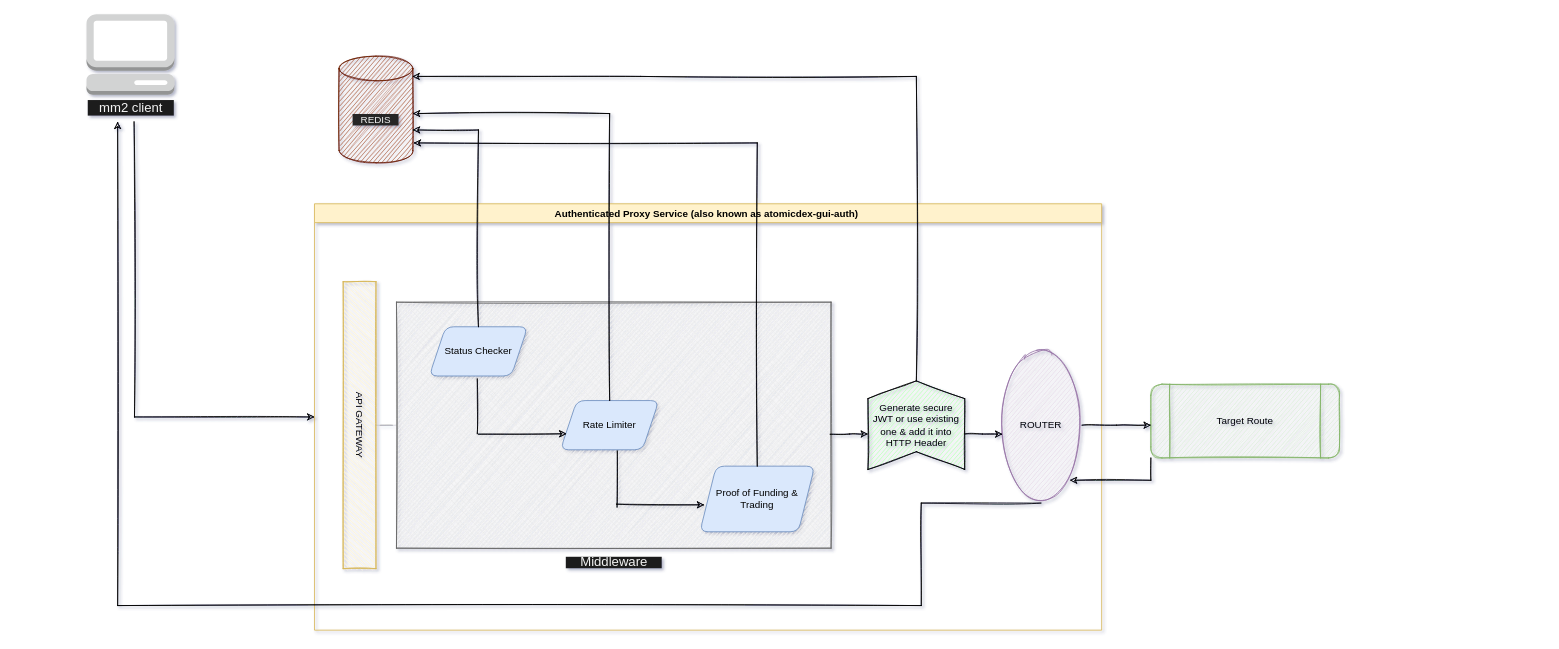
Earlier version of the draw.io diagram docs/arch.drawio (KomodoPlatform/komodo-defi-proxy). Source tidied: cells renumbered, new cells numbered last; positions are measured from the earlier drawing's top-left corner, leaving out a move shared by most shapes. Both pictures are drawn from the tidied source at 82%, with x=0, y=0 at pixel (86, 14).
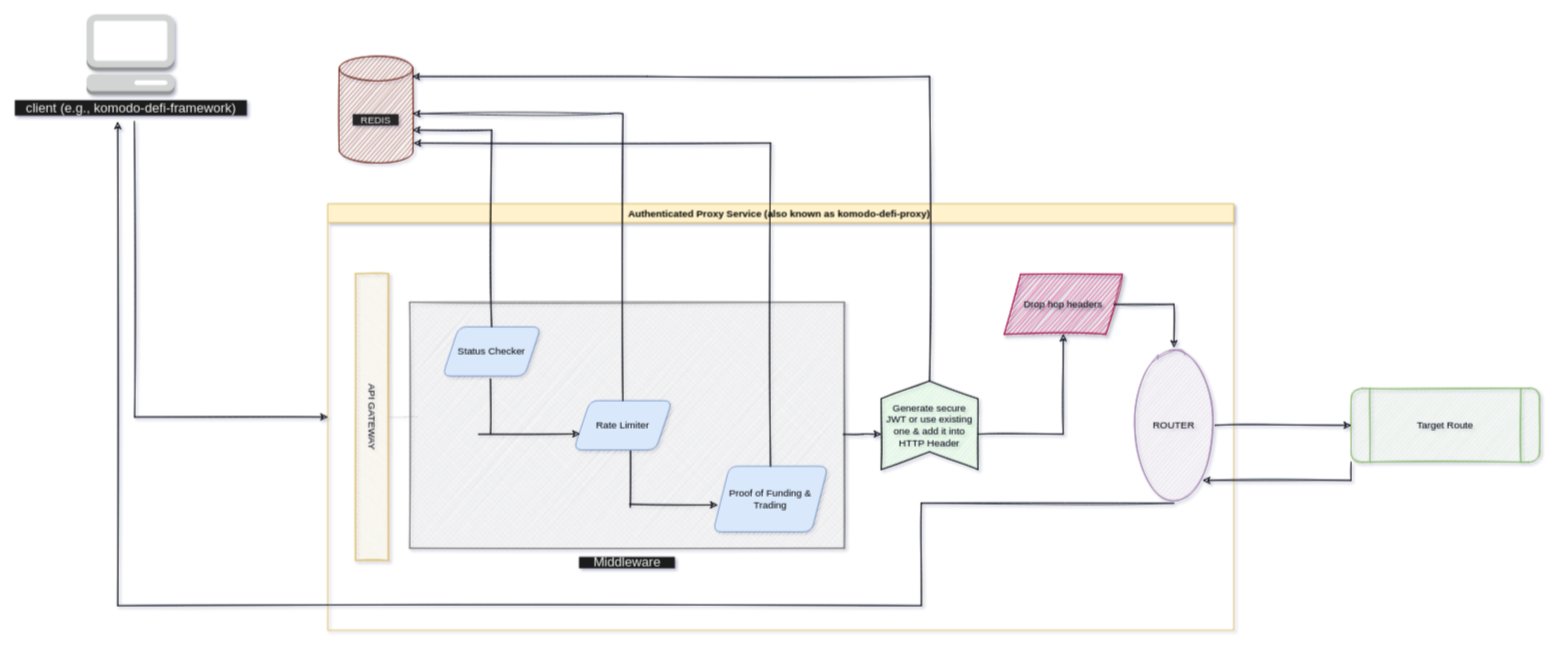
After the change.

Commit message:
update arch diagram backup

The change refers to these unchanged cells:
```xml
<mxCell id="6" value="&lt;span style=&quot;background-color: rgb(31, 31, 31);&quot;&gt;&lt;font style=&quot;font-size: 16px;&quot; color=&quot;#f2f2f2&quot;&gt;&amp;nbsp; &amp;nbsp; Middleware&amp;nbsp; &amp;nbsp;&amp;nbsp;&lt;/font&gt;&lt;/span&gt;" style="verticalLabelPosition=bottom;verticalAlign=top;html=1;shape=mxgraph.basic.patternFillRect;fillStyle=diagGrid;step=5;fillStrokeWidth=0.2;fillStrokeColor=#dddddd;rounded=1;shadow=0;glass=0;sketch=1;strokeWidth=1;fillColor=#f5f5f5;fontColor=#333333;strokeColor=#666666;" parent="3" vertex="1">
  <mxGeometry x="100" y="120" width="530" height="300" as="geometry" />
</mxCell>
<mxCell id="16" value="&lt;span style=&quot;&quot;&gt;Generate secure JWT or use existing one &amp;amp; add it into HTTP Header&lt;/span&gt;" style="html=1;outlineConnect=0;whiteSpace=wrap;fillColor=#AFFFAF;shape=mxgraph.archimate3.function;sketch=1;" parent="3" vertex="1">
  <mxGeometry x="675" y="216" width="118" height="108" as="geometry" />
</mxCell>
```

The edit, as a diff of the source:
```diff
@@
-    <mxCell id="3" value="Authenticated Proxy Service (also known as atomicdex-gui-auth) " style="swimlane;rounded=0;shadow=0;sketch=0;glass=0;swimlaneLine=1;labelBackgroundColor=none;fixDash=0;portConstraintRotation=0;fillColor=#fff2cc;strokeColor=#d6b656;gradientColor=none;swimlaneFillColor=none;" parent="1" vertex="1">
-      <mxGeometry x="278" y="231" width="960" height="520" as="geometry" />
+    <mxCell id="3" value="Authenticated Proxy Service (also known as komodo-defi-proxy) " style="swimlane;rounded=0;shadow=0;sketch=0;glass=0;swimlaneLine=1;labelBackgroundColor=none;fixDash=0;portConstraintRotation=0;fillColor=#fff2cc;strokeColor=#d6b656;gradientColor=none;swimlaneFillColor=none;" parent="1" vertex="1">
+      <mxGeometry x="294" y="231" width="1105" height="520" as="geometry" />
     </mxCell>
-    <mxCell id="4" style="edgeStyle=orthogonalEdgeStyle;rounded=0;jettySize=auto;html=1;startArrow=none;startFill=0;endArrow=none;endFill=0;strokeWidth=0;sketch=1;entryX=0;entryY=0.5;entryDx=0;entryDy=0;entryPerimeter=0;" parent="3" edge="1" source="5" target="6">
+    <mxCell id="4" style="edgeStyle=orthogonalEdgeStyle;rounded=0;jettySize=auto;html=1;startArrow=none;startFill=0;endArrow=none;endFill=0;strokeWidth=0;sketch=1;entryX=0.019;entryY=0.467;entryDx=0;entryDy=0;entryPerimeter=0;" parent="3" edge="1" source="5" target="6">
       <mxGeometry relative="1" as="geometry" />
     </mxCell>
     <mxCell id="5" value="API GATEWAY" style="rounded=0;whiteSpace=wrap;html=1;shadow=0;glass=0;sketch=1;strokeWidth=1;rotation=90;fillColor=#fff2cc;strokeColor=#d6b656;" parent="3" vertex="1">
-      <mxGeometry x="-120" y="250" width="350" height="40" as="geometry" />
+      <mxGeometry x="-121" y="240" width="350" height="40" as="geometry" />
     </mxCell>
@@
     <mxCell id="13" value="ROUTER" style="ellipse;whiteSpace=wrap;html=1;rounded=1;shadow=0;glass=0;sketch=1;strokeWidth=1;fillColor=#e1d5e7;strokeColor=#9673a6;" parent="3" vertex="1">
-      <mxGeometry x="836" y="175" width="100" height="190" as="geometry" />
+      <mxGeometry x="982" y="175" width="100" height="190" as="geometry" />
     </mxCell>
-    <mxCell id="14" style="edgeStyle=orthogonalEdgeStyle;rounded=0;jettySize=auto;html=1;exitX=1;exitY=0.6;exitDx=0;exitDy=0;exitPerimeter=0;entryX=0.03;entryY=0.558;entryDx=0;entryDy=0;entryPerimeter=0;sketch=1;" parent="3" edge="1" source="16" target="13">
+    <mxCell id="14" style="edgeStyle=orthogonalEdgeStyle;rounded=0;jettySize=auto;html=1;exitX=1;exitY=0.6;exitDx=0;exitDy=0;exitPerimeter=0;entryX=0.5;entryY=1;entryDx=0;entryDy=0;sketch=1;" parent="3" edge="1" source="16" target="28">
       <mxGeometry relative="1" as="geometry" />
     </mxCell>
@@
+    <mxCell id="28" value="Drop hop headers" style="shape=parallelogram;perimeter=parallelogramPerimeter;whiteSpace=wrap;html=1;fixedSize=1;rounded=0;shadow=1;glass=0;sketch=1;strokeWidth=1;fillColor=#d80073;strokeColor=#A50040;curveFitting=1;jiggle=2;textShadow=1;fontStyle=0;fontColor=#000000;" parent="3" vertex="1">
+      <mxGeometry x="825" y="86" width="144" height="73" as="geometry" />
+    </mxCell>
+    <mxCell id="29" style="edgeStyle=orthogonalEdgeStyle;rounded=0;jettySize=auto;html=1;exitX=1;exitY=0.5;exitDx=0;exitDy=0;entryX=0.5;entryY=0;entryDx=0;entryDy=0;sketch=1;" parent="3" edge="1" source="28" target="13">
+      <mxGeometry relative="1" as="geometry" />
+    </mxCell>
@@
     <mxCell id="19" value="Target Route" style="shape=process;whiteSpace=wrap;html=1;backgroundOutline=1;rounded=1;shadow=0;glass=0;sketch=1;strokeWidth=1;fillColor=#d5e8d4;strokeColor=#82b366;" parent="1" vertex="1">
-      <mxGeometry x="1298" y="451" width="230" height="90" as="geometry" />
+      <mxGeometry x="1542" y="456" width="230" height="90" as="geometry" />
     </mxCell>
-    <mxCell id="20" style="edgeStyle=orthogonalEdgeStyle;rounded=0;jettySize=auto;html=1;strokeWidth=1;sketch=1;" parent="1" edge="1" source="13">
-      <mxGeometry relative="1" as="geometry">
-        <mxPoint x="1298" y="501" as="targetPoint" />
-      </mxGeometry>
+    <mxCell id="20" style="edgeStyle=orthogonalEdgeStyle;rounded=0;jettySize=auto;html=1;strokeWidth=1;sketch=1;" parent="1" edge="1" source="13" target="19">
+      <mxGeometry relative="1" as="geometry" />
     </mxCell>
@@
-    <mxCell id="26" value="&amp;nbsp; &amp;nbsp;mm2 client&amp;nbsp; &amp;nbsp;" style="dashed=0;verticalLabelPosition=bottom;verticalAlign=top;align=center;html=1;shape=mxgraph.aws3.management_console;fillColor=#D2D3D3;gradientColor=none;rounded=0;shadow=0;glass=0;labelBackgroundColor=#1F1F1F;sketch=0;fontSize=16;fontColor=#F2F2F2;strokeWidth=1;" parent="1" vertex="1">
+    <mxCell id="26" value="&amp;nbsp; &amp;nbsp;client (e.g., komodo-defi-framework)&amp;nbsp; &amp;nbsp;" style="dashed=0;verticalLabelPosition=bottom;verticalAlign=top;align=center;html=1;shape=mxgraph.aws3.management_console;fillColor=#D2D3D3;gradientColor=none;rounded=0;shadow=0;glass=0;labelBackgroundColor=#1F1F1F;sketch=0;fontSize=16;fontColor=#F2F2F2;strokeWidth=1;" parent="1" vertex="1">
       <mxGeometry width="107" height="98" as="geometry" />
     </mxCell>
```
